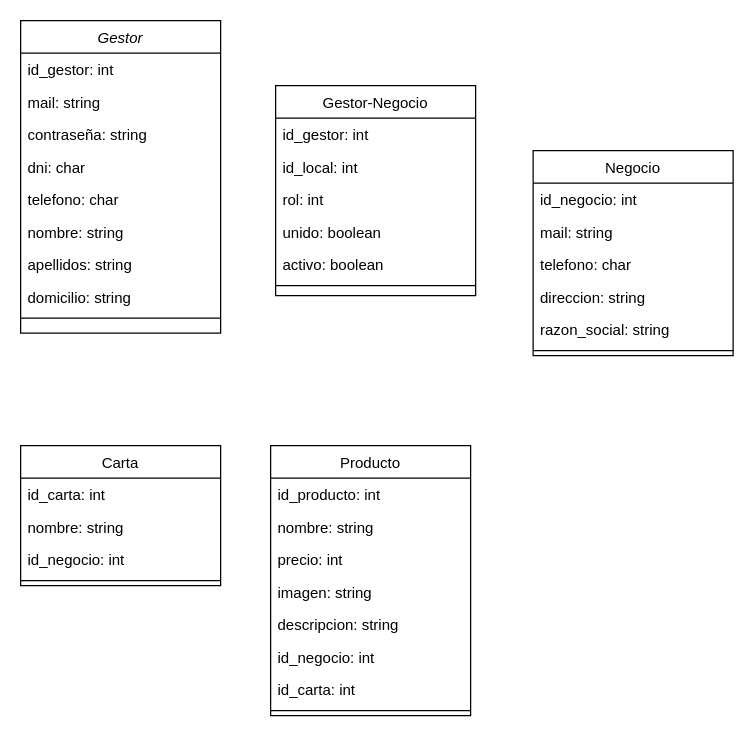
The draw.io diagram page "Page-1" (1 of 2) of Diagrama-clases_Cartapp.drawio in celia10335/Entorno_servidor, before the edit. Source tidied: cells renumbered, new cells numbered last; positions are measured from the earlier drawing's top-left corner, leaving out a move shared by most shapes. Both pictures are drawn from the tidied source at 125%, with x=0, y=0 at pixel (20, 20).
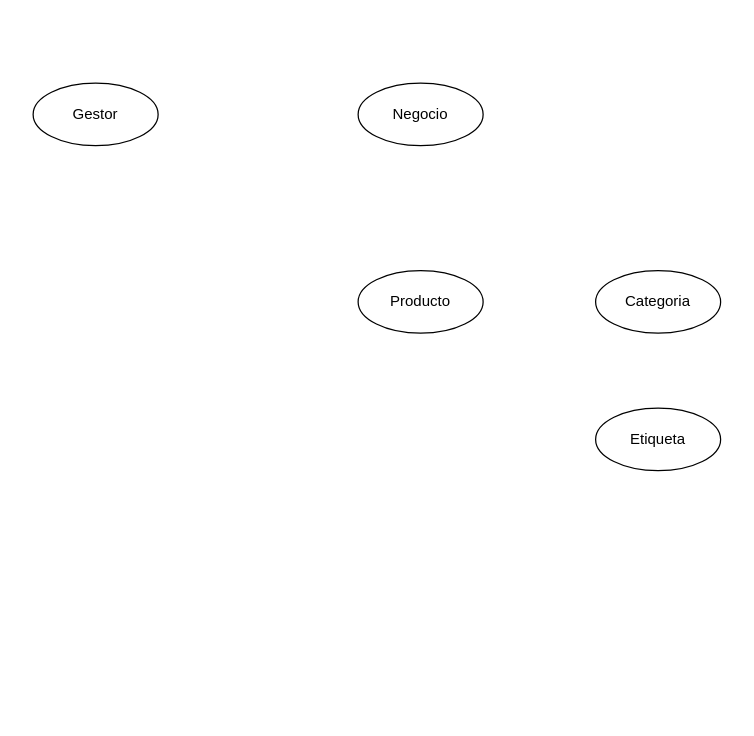
After the change.

What changed in the source:
```diff
@@
-    <mxCell id="2" value="Gestor" style="swimlane;fontStyle=2;align=center;verticalAlign=top;horizontal=1;startSize=26;rounded=0;shadow=0;strokeWidth=1;" parent="1" vertex="1">
-      <mxGeometry width="160" height="250" as="geometry" />
+    <mxCell id="2" value="Gestor" style="ellipse;whiteSpace=wrap;html=1;" parent="1" vertex="1">
+      <mxGeometry x="10" y="50" width="100" height="50" as="geometry" />
     </mxCell>
-    <mxCell id="3" value="id_gestor: int" style="text;align=left;verticalAlign=top;spacingLeft=4;spacingRight=4;overflow=hidden;" parent="2" vertex="1">
-      <mxGeometry y="26" width="160" height="26" as="geometry" />
-    </mxCell>
-    <mxCell id="4" value="mail: string" style="text;align=left;verticalAlign=top;spacingLeft=4;spacingRight=4;overflow=hidden;rounded=0;shadow=0;html=0;" parent="2" vertex="1">
-      <mxGeometry y="52" width="160" height="26" as="geometry" />
-    </mxCell>
-    <mxCell id="5" value="contraseña: string" style="text;align=left;verticalAlign=top;spacingLeft=4;spacingRight=4;overflow=hidden;rounded=0;shadow=0;html=0;" parent="2" vertex="1">
-      <mxGeometry y="78" width="160" height="26" as="geometry" />
-    </mxCell>
-    <mxCell id="6" value="dni: char" style="text;align=left;verticalAlign=top;spacingLeft=4;spacingRight=4;overflow=hidden;rounded=0;shadow=0;html=0;" parent="2" vertex="1">
-      <mxGeometry y="104" width="160" height="26" as="geometry" />
-    </mxCell>
-    <mxCell id="7" value="telefono: char" style="text;align=left;verticalAlign=top;spacingLeft=4;spacingRight=4;overflow=hidden;rounded=0;shadow=0;html=0;" parent="2" vertex="1">
-      <mxGeometry y="130" width="160" height="26" as="geometry" />
-    </mxCell>
-    <mxCell id="8" value="nombre: string" style="text;align=left;verticalAlign=top;spacingLeft=4;spacingRight=4;overflow=hidden;rounded=0;shadow=0;html=0;" parent="2" vertex="1">
-      <mxGeometry y="156" width="160" height="26" as="geometry" />
-    </mxCell>
-    <mxCell id="9" value="apellidos: string" style="text;align=left;verticalAlign=top;spacingLeft=4;spacingRight=4;overflow=hidden;rounded=0;shadow=0;html=0;" parent="2" vertex="1">
-      <mxGeometry y="182" width="160" height="26" as="geometry" />
-    </mxCell>
-    <mxCell id="10" value="domicilio: string" style="text;align=left;verticalAlign=top;spacingLeft=4;spacingRight=4;overflow=hidden;rounded=0;shadow=0;html=0;" parent="2" vertex="1">
-      <mxGeometry y="208" width="160" height="26" as="geometry" />
-    </mxCell>
-    <mxCell id="11" style="line;html=1;strokeWidth=1;align=left;verticalAlign=middle;spacingTop=-1;spacingLeft=3;spacingRight=3;labelPosition=right;" parent="2" vertex="1">
-      <mxGeometry y="234" width="160" height="8" as="geometry" />
-    </mxCell>
-    <mxCell id="12" value="Carta" style="swimlane;fontStyle=0;align=center;verticalAlign=top;horizontal=1;startSize=26;rounded=0;shadow=0;strokeWidth=1;" parent="1" vertex="1">
-      <mxGeometry y="340" width="160" height="112" as="geometry" />
-    </mxCell>
-    <mxCell id="13" value="id_carta: int" style="text;align=left;verticalAlign=top;spacingLeft=4;spacingRight=4;overflow=hidden;" parent="12" vertex="1">
-      <mxGeometry y="26" width="160" height="26" as="geometry" />
-    </mxCell>
-    <mxCell id="14" value="nombre: string" style="text;align=left;verticalAlign=top;spacingLeft=4;spacingRight=4;overflow=hidden;rounded=0;shadow=0;html=0;" parent="12" vertex="1">
-      <mxGeometry y="52" width="160" height="26" as="geometry" />
-    </mxCell>
-    <mxCell id="15" value="id_negocio: int" style="text;align=left;verticalAlign=top;spacingLeft=4;spacingRight=4;overflow=hidden;rounded=0;shadow=0;html=0;" parent="12" vertex="1">
-      <mxGeometry y="78" width="160" height="26" as="geometry" />
-    </mxCell>
-    <mxCell id="16" style="line;html=1;strokeWidth=1;align=left;verticalAlign=middle;spacingTop=-1;spacingLeft=3;spacingRight=3;labelPosition=right;" parent="12" vertex="1">
-      <mxGeometry y="104" width="160" height="8" as="geometry" />
-    </mxCell>
-    <mxCell id="17" value="Negocio" style="swimlane;fontStyle=0;align=center;verticalAlign=top;horizontal=1;startSize=26;rounded=0;shadow=0;strokeWidth=1;" parent="1" vertex="1">
-      <mxGeometry x="410" y="104" width="160" height="164" as="geometry" />
+    <mxCell id="17" value="Negocio" style="ellipse;whiteSpace=wrap;html=1;" parent="1" vertex="1">
+      <mxGeometry x="270" y="50" width="100" height="50" as="geometry" />
     </mxCell>
-    <mxCell id="18" value="id_negocio: int" style="text;align=left;verticalAlign=top;spacingLeft=4;spacingRight=4;overflow=hidden;" parent="17" vertex="1">
-      <mxGeometry y="26" width="160" height="26" as="geometry" />
-    </mxCell>
-    <mxCell id="19" value="mail: string" style="text;align=left;verticalAlign=top;spacingLeft=4;spacingRight=4;overflow=hidden;" parent="17" vertex="1">
-      <mxGeometry y="52" width="160" height="26" as="geometry" />
-    </mxCell>
-    <mxCell id="20" value="telefono: char" style="text;align=left;verticalAlign=top;spacingLeft=4;spacingRight=4;overflow=hidden;" parent="17" vertex="1">
-      <mxGeometry y="78" width="160" height="26" as="geometry" />
-    </mxCell>
-    <mxCell id="21" value="direccion: string" style="text;align=left;verticalAlign=top;spacingLeft=4;spacingRight=4;overflow=hidden;" parent="17" vertex="1">
-      <mxGeometry y="104" width="160" height="26" as="geometry" />
-    </mxCell>
-    <mxCell id="22" value="razon_social: string" style="text;align=left;verticalAlign=top;spacingLeft=4;spacingRight=4;overflow=hidden;" parent="17" vertex="1">
-      <mxGeometry y="130" width="160" height="26" as="geometry" />
-    </mxCell>
-    <mxCell id="23" style="line;html=1;strokeWidth=1;align=left;verticalAlign=middle;spacingTop=-1;spacingLeft=3;spacingRight=3;labelPosition=right;" parent="17" vertex="1">
-      <mxGeometry y="156" width="160" height="8" as="geometry" />
-    </mxCell>
-    <mxCell id="24" value="Gestor-Negocio" style="swimlane;fontStyle=0;align=center;verticalAlign=top;horizontal=1;startSize=26;rounded=0;shadow=0;strokeWidth=1;" parent="1" vertex="1">
-      <mxGeometry x="204" y="52" width="160" height="168" as="geometry" />
-    </mxCell>
-    <mxCell id="25" value="id_gestor: int" style="text;align=left;verticalAlign=top;spacingLeft=4;spacingRight=4;overflow=hidden;" parent="24" vertex="1">
-      <mxGeometry y="26" width="160" height="26" as="geometry" />
-    </mxCell>
-    <mxCell id="26" value="id_local: int" style="text;align=left;verticalAlign=top;spacingLeft=4;spacingRight=4;overflow=hidden;rounded=0;shadow=0;html=0;" parent="24" vertex="1">
-      <mxGeometry y="52" width="160" height="26" as="geometry" />
-    </mxCell>
-    <mxCell id="27" value="rol: int" style="text;align=left;verticalAlign=top;spacingLeft=4;spacingRight=4;overflow=hidden;rounded=0;shadow=0;html=0;" parent="24" vertex="1">
-      <mxGeometry y="78" width="160" height="26" as="geometry" />
-    </mxCell>
-    <mxCell id="28" value="unido: boolean" style="text;align=left;verticalAlign=top;spacingLeft=4;spacingRight=4;overflow=hidden;rounded=0;shadow=0;html=0;" parent="24" vertex="1">
-      <mxGeometry y="104" width="160" height="26" as="geometry" />
-    </mxCell>
-    <mxCell id="29" value="activo: boolean" style="text;align=left;verticalAlign=top;spacingLeft=4;spacingRight=4;overflow=hidden;rounded=0;shadow=0;html=0;" parent="24" vertex="1">
-      <mxGeometry y="130" width="160" height="26" as="geometry" />
-    </mxCell>
-    <mxCell id="30" style="line;html=1;strokeWidth=1;align=left;verticalAlign=middle;spacingTop=-1;spacingLeft=3;spacingRight=3;labelPosition=right;" parent="24" vertex="1">
-      <mxGeometry y="156" width="160" height="8" as="geometry" />
-    </mxCell>
-    <mxCell id="31" value="Producto" style="swimlane;fontStyle=0;align=center;verticalAlign=top;horizontal=1;startSize=26;rounded=0;shadow=0;strokeWidth=1;" parent="1" vertex="1">
-      <mxGeometry x="200" y="340" width="160" height="216" as="geometry" />
+    <mxCell id="31" value="Producto" style="ellipse;whiteSpace=wrap;html=1;" parent="1" vertex="1">
+      <mxGeometry x="270" y="200" width="100" height="50" as="geometry" />
     </mxCell>
-    <mxCell id="32" value="id_producto: int" style="text;align=left;verticalAlign=top;spacingLeft=4;spacingRight=4;overflow=hidden;" parent="31" vertex="1">
-      <mxGeometry y="26" width="160" height="26" as="geometry" />
-    </mxCell>
-    <mxCell id="33" value="nombre: string" style="text;align=left;verticalAlign=top;spacingLeft=4;spacingRight=4;overflow=hidden;rounded=0;shadow=0;html=0;" parent="31" vertex="1">
-      <mxGeometry y="52" width="160" height="26" as="geometry" />
-    </mxCell>
-    <mxCell id="34" value="precio: int" style="text;align=left;verticalAlign=top;spacingLeft=4;spacingRight=4;overflow=hidden;rounded=0;shadow=0;html=0;" parent="31" vertex="1">
-      <mxGeometry y="78" width="160" height="26" as="geometry" />
-    </mxCell>
-    <mxCell id="35" value="imagen: string" style="text;align=left;verticalAlign=top;spacingLeft=4;spacingRight=4;overflow=hidden;rounded=0;shadow=0;html=0;" parent="31" vertex="1">
-      <mxGeometry y="104" width="160" height="26" as="geometry" />
-    </mxCell>
-    <mxCell id="36" value="descripcion: string" style="text;align=left;verticalAlign=top;spacingLeft=4;spacingRight=4;overflow=hidden;rounded=0;shadow=0;html=0;" parent="31" vertex="1">
-      <mxGeometry y="130" width="160" height="26" as="geometry" />
-    </mxCell>
-    <mxCell id="37" value="id_negocio: int" style="text;align=left;verticalAlign=top;spacingLeft=4;spacingRight=4;overflow=hidden;rounded=0;shadow=0;html=0;" parent="31" vertex="1">
-      <mxGeometry y="156" width="160" height="26" as="geometry" />
-    </mxCell>
-    <mxCell id="38" value="id_carta: int" style="text;align=left;verticalAlign=top;spacingLeft=4;spacingRight=4;overflow=hidden;rounded=0;shadow=0;html=0;" parent="31" vertex="1">
-      <mxGeometry y="182" width="160" height="26" as="geometry" />
-    </mxCell>
-    <mxCell id="39" style="line;html=1;strokeWidth=1;align=left;verticalAlign=middle;spacingTop=-1;spacingLeft=3;spacingRight=3;labelPosition=right;" parent="31" vertex="1">
-      <mxGeometry y="208" width="160" height="8" as="geometry" />
-    </mxCell>
+    <mxCell id="40" value="Categoria" style="ellipse;whiteSpace=wrap;html=1;" parent="1" vertex="1">
+      <mxGeometry x="460" y="200" width="100" height="50" as="geometry" />
+    </mxCell>
+    <mxCell id="41" value="Etiqueta" style="ellipse;whiteSpace=wrap;html=1;" parent="1" vertex="1">
+      <mxGeometry x="460" y="310" width="100" height="50" as="geometry" />
+    </mxCell>
```
